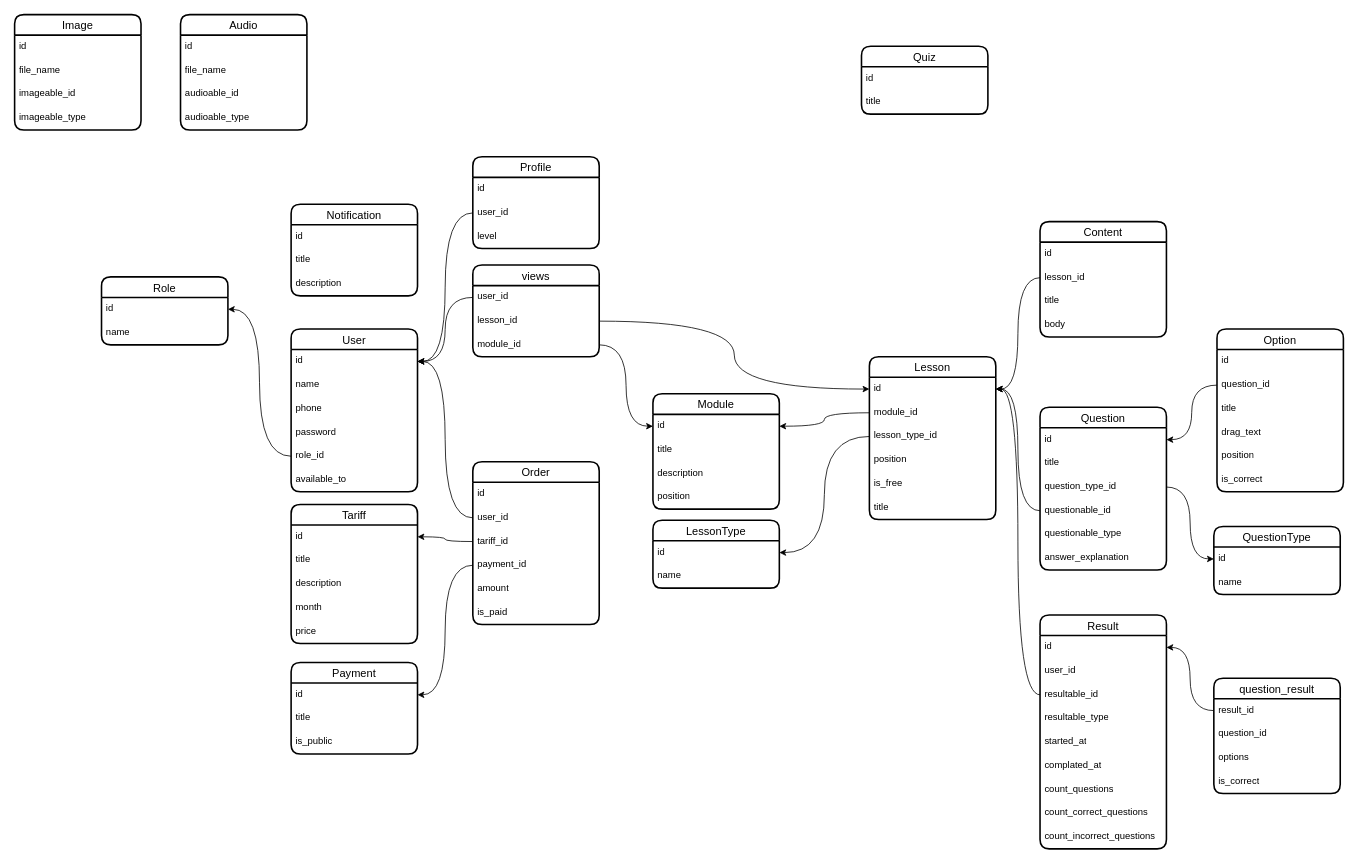
This is karsoft-UMU.drawio from iztileuoff/databases, a draw.io file, before an edit. Source tidied: cells renumbered, new cells numbered last; positions are measured from the earlier drawing's top-left corner, leaving out a move shared by most shapes. Both pictures are drawn from the tidied source at 79%, with x=0, y=0 at pixel (14, 14).
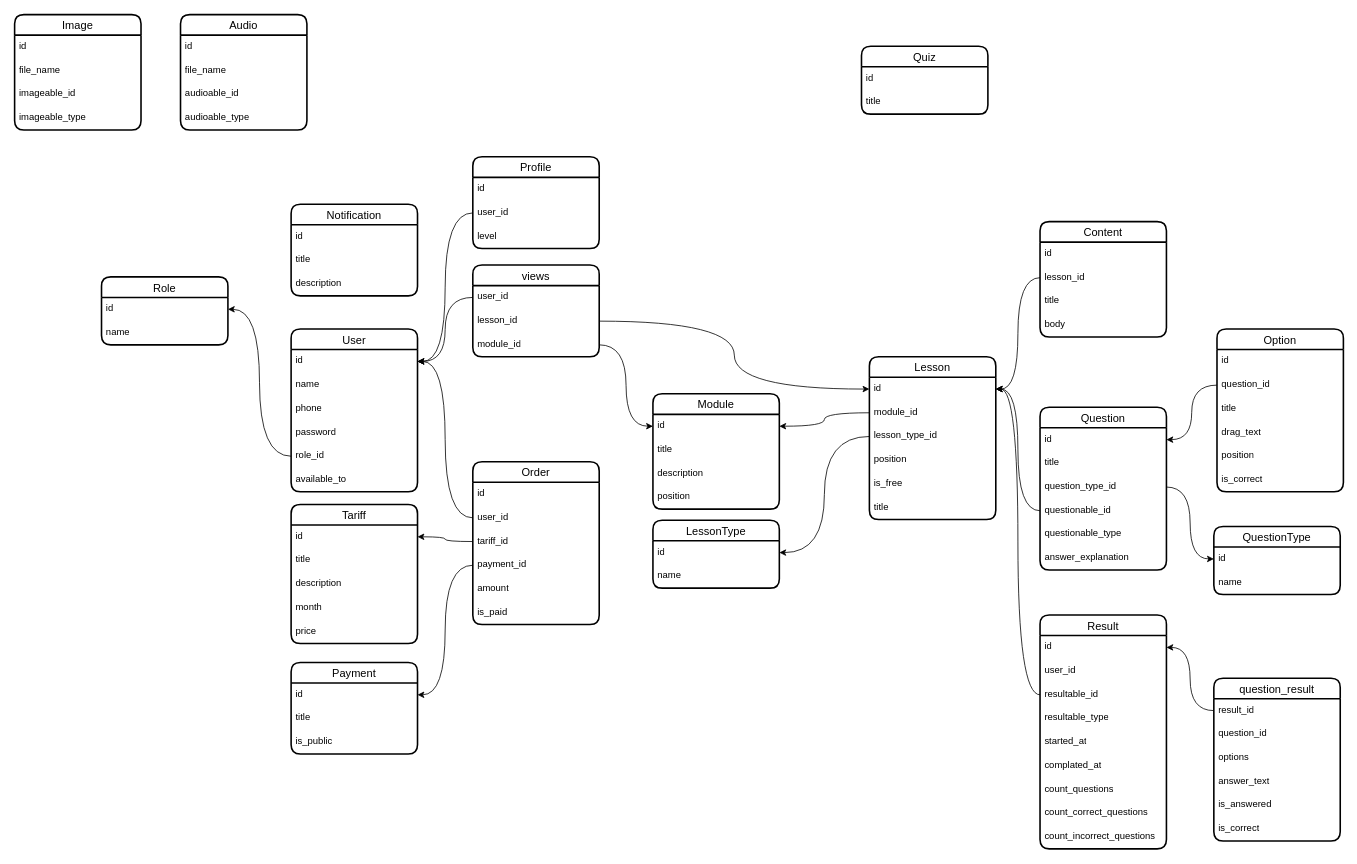
Above is the later version.

Diff of the diagram source:
```diff
@@
     <mxCell id="54" value="question_result" style="swimlane;fontStyle=0;horizontal=1;startSize=26;align=center;fontSize=14;strokeWidth=2;rounded=1;shadow=0;glass=0;swimlaneLine=1;" parent="1" vertex="1">
-      <mxGeometry x="1518" y="840" width="160" height="146" as="geometry" />
+      <mxGeometry x="1518" y="840" width="160" height="206" as="geometry" />
     </mxCell>
@@
+    <mxCell id="122" value="answer_text" style="text;strokeColor=none;fillColor=none;spacingLeft=4;spacingRight=4;overflow=hidden;fontSize=12;whiteSpace=wrap;html=1;" parent="54" vertex="1">
+      <mxGeometry y="116" width="160" height="30" as="geometry" />
+    </mxCell>
-    <mxCell id="58" value="is_correct" style="text;strokeColor=none;fillColor=none;spacingLeft=4;spacingRight=4;overflow=hidden;fontSize=12;whiteSpace=wrap;html=1;" parent="54" vertex="1">
-      <mxGeometry y="116" width="160" height="30" as="geometry" />
+    <mxCell id="58" value="is_answered" style="text;strokeColor=none;fillColor=none;spacingLeft=4;spacingRight=4;overflow=hidden;fontSize=12;whiteSpace=wrap;html=1;" parent="54" vertex="1">
+      <mxGeometry y="146" width="160" height="30" as="geometry" />
     </mxCell>
+    <mxCell id="123" value="is_correct" style="text;strokeColor=none;fillColor=none;spacingLeft=4;spacingRight=4;overflow=hidden;fontSize=12;whiteSpace=wrap;html=1;" parent="54" vertex="1">
+      <mxGeometry y="176" width="160" height="30" as="geometry" />
+    </mxCell>
```
